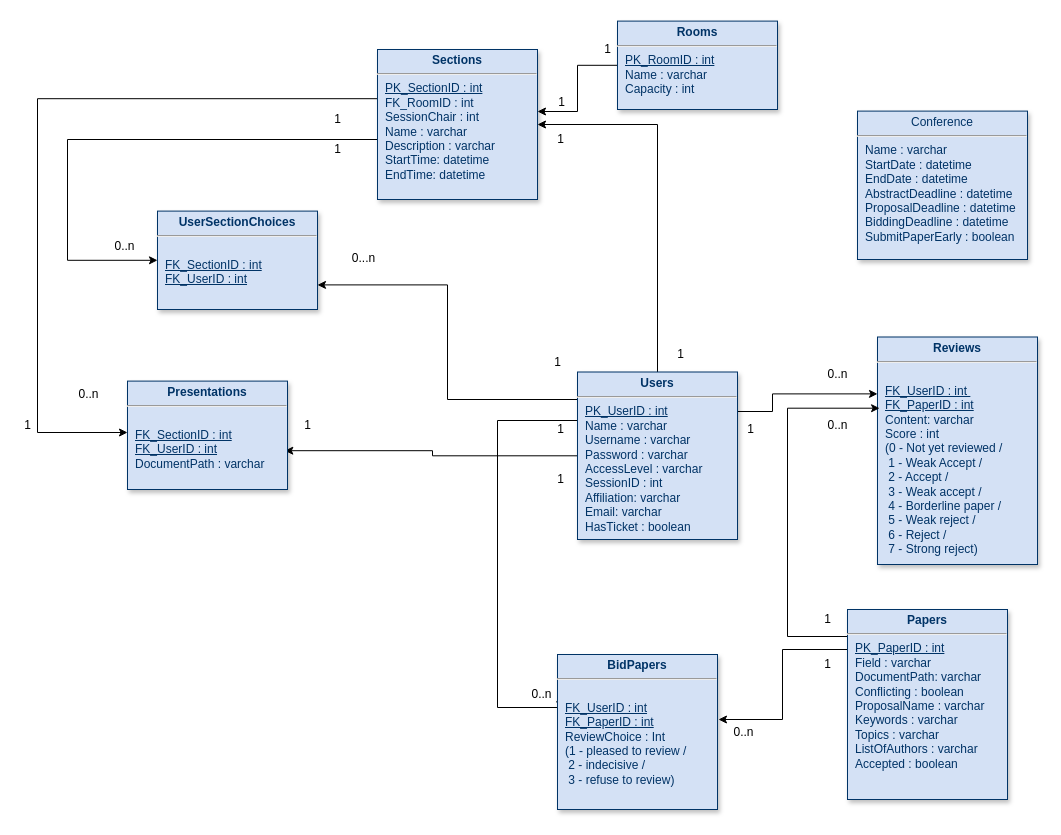
Earlier version of the draw.io diagram documents/drawio-files/Database Diagram.drawio (horatiu-udrea/RuntimeTerror). Source tidied: cells renumbered, new cells numbered last; positions are measured from the earlier drawing's top-left corner, leaving out a move shared by most shapes. Both pictures are drawn from the tidied source at 100%, with x=0, y=0 at pixel (17, 21).
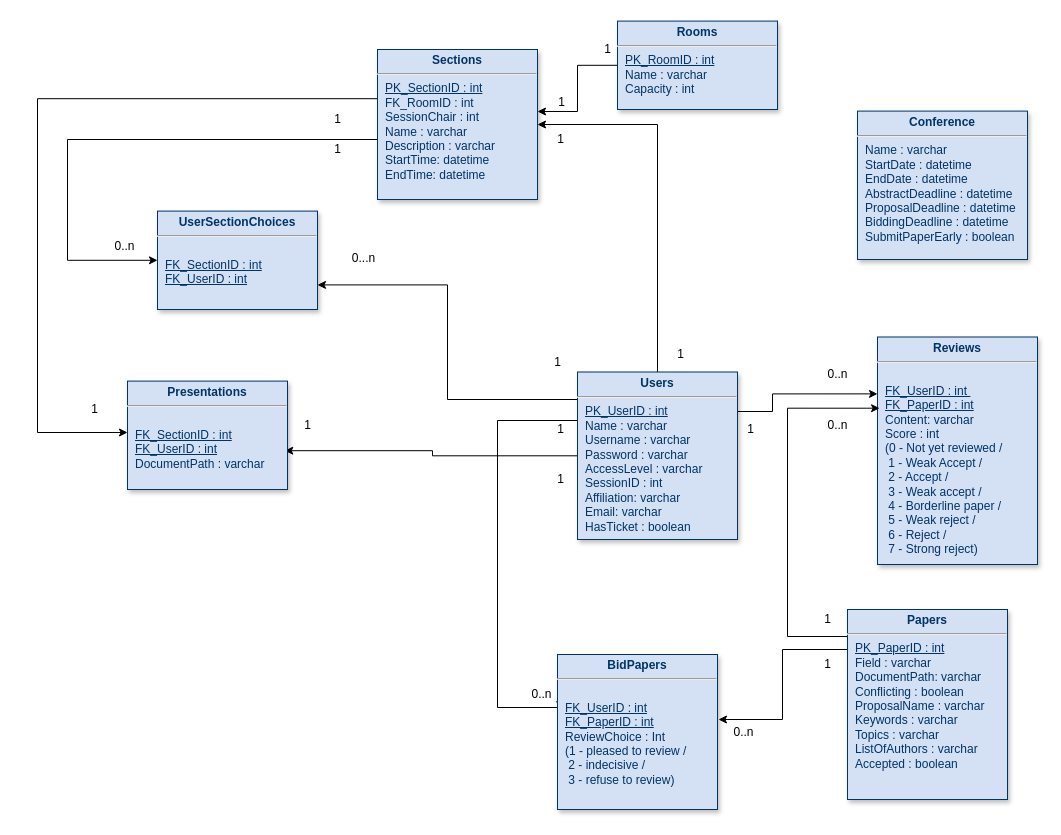
After the change.

Diff of the diagram source:
```diff
@@
     <mxCell id="29" value="1" style="text;html=1;align=center;verticalAlign=middle;" parent="1" vertex="1">
-      <mxGeometry y="394.2" width="20" height="20" as="geometry" />
+      <mxGeometry x="67" y="378" width="20" height="20" as="geometry" />
     </mxCell>
-    <mxCell id="30" value="0..n" style="text;html=1;align=center;verticalAlign=middle;" parent="1" vertex="1">
-      <mxGeometry x="51" y="363" width="40" height="20" as="geometry" />
-    </mxCell>
@@
-    <mxCell id="41" value="&lt;p style=&quot;margin: 4px 0px 0px ; text-align: center&quot;&gt;Conference&lt;/p&gt;&lt;hr&gt;&lt;p style=&quot;margin: 0px ; margin-left: 8px&quot;&gt;Name : varchar&lt;/p&gt;&lt;p style=&quot;margin: 0px ; margin-left: 8px&quot;&gt;StartDate : datetime&lt;/p&gt;&lt;p style=&quot;margin: 0px ; margin-left: 8px&quot;&gt;EndDate : datetime&lt;/p&gt;&lt;p style=&quot;margin: 0px ; margin-left: 8px&quot;&gt;AbstractDeadline : datetime&lt;/p&gt;&lt;p style=&quot;margin: 0px ; margin-left: 8px&quot;&gt;ProposalDeadline : datetime&lt;/p&gt;&lt;p style=&quot;margin: 0px ; margin-left: 8px&quot;&gt;BiddingDeadline : datetime&lt;/p&gt;&lt;p style=&quot;margin: 0px ; margin-left: 8px&quot;&gt;SubmitPaperEarly : boolean&lt;/p&gt;&lt;p style=&quot;margin: 0px ; margin-left: 8px&quot;&gt;&lt;br&gt;&lt;/p&gt;&lt;p style=&quot;margin: 0px ; margin-left: 8px&quot;&gt;&lt;br&gt;&lt;/p&gt;" style="verticalAlign=top;align=left;overflow=fill;fontSize=12;fontFamily=Helvetica;html=1;strokeColor=#003366;shadow=1;fillColor=#D4E1F5;fontColor=#003366;" parent="1" vertex="1">
+    <mxCell id="41" value="&lt;p style=&quot;margin: 4px 0px 0px ; text-align: center&quot;&gt;&lt;b&gt;Conference&lt;/b&gt;&lt;/p&gt;&lt;hr&gt;&lt;p style=&quot;margin: 0px ; margin-left: 8px&quot;&gt;Name : varchar&lt;/p&gt;&lt;p style=&quot;margin: 0px ; margin-left: 8px&quot;&gt;StartDate : datetime&lt;/p&gt;&lt;p style=&quot;margin: 0px ; margin-left: 8px&quot;&gt;EndDate : datetime&lt;/p&gt;&lt;p style=&quot;margin: 0px ; margin-left: 8px&quot;&gt;AbstractDeadline : datetime&lt;/p&gt;&lt;p style=&quot;margin: 0px ; margin-left: 8px&quot;&gt;ProposalDeadline : datetime&lt;/p&gt;&lt;p style=&quot;margin: 0px ; margin-left: 8px&quot;&gt;BiddingDeadline : datetime&lt;/p&gt;&lt;p style=&quot;margin: 0px ; margin-left: 8px&quot;&gt;SubmitPaperEarly : boolean&lt;/p&gt;&lt;p style=&quot;margin: 0px ; margin-left: 8px&quot;&gt;&lt;br&gt;&lt;/p&gt;&lt;p style=&quot;margin: 0px ; margin-left: 8px&quot;&gt;&lt;br&gt;&lt;/p&gt;" style="verticalAlign=top;align=left;overflow=fill;fontSize=12;fontFamily=Helvetica;html=1;strokeColor=#003366;shadow=1;fillColor=#D4E1F5;fontColor=#003366;" parent="1" vertex="1">
       <mxGeometry x="840" y="89.6" width="170" height="148.4" as="geometry" />
     </mxCell>
```
